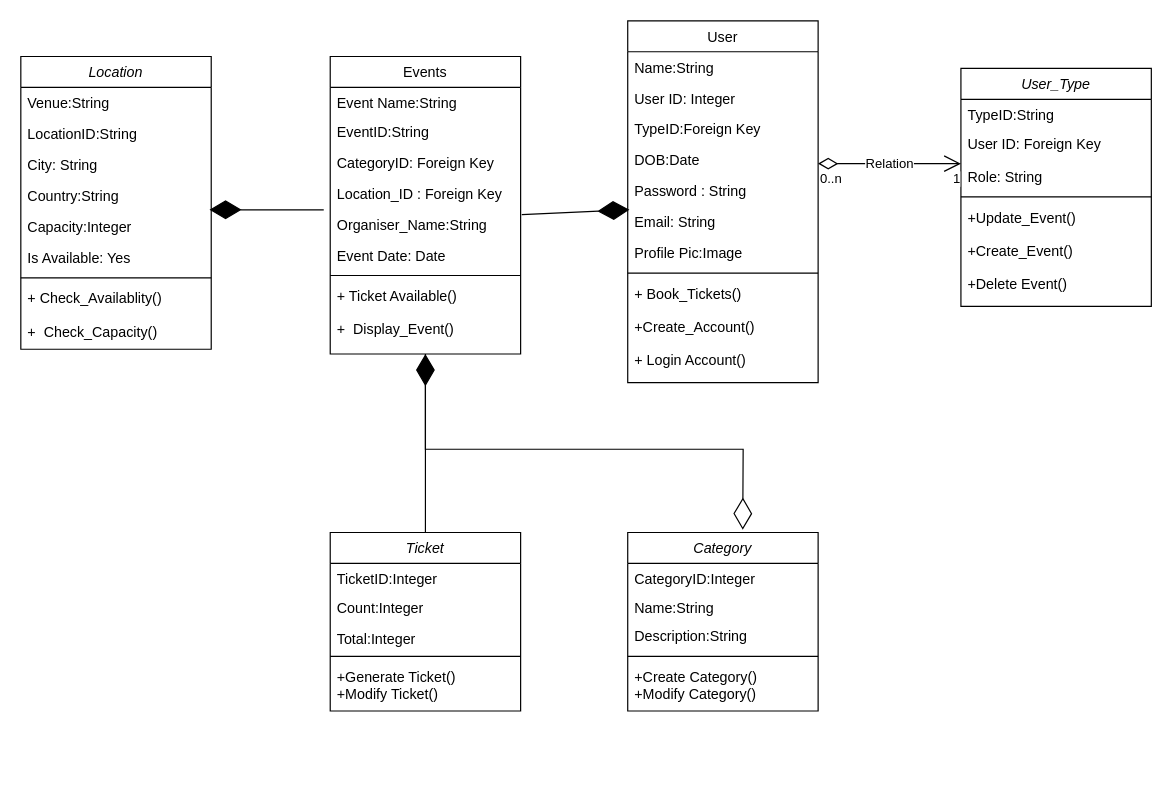
Stormtroopper/HTML-layout-learning keeps this draw.io diagram as Untitled Diagram.drawio. Above is the earlier version. Source tidied: cells renumbered, new cells numbered last; positions are measured from the earlier drawing's top-left corner, leaving out a move shared by most shapes. Both pictures are drawn from the tidied source at 119%, with x=0, y=0 at pixel (20, 20).
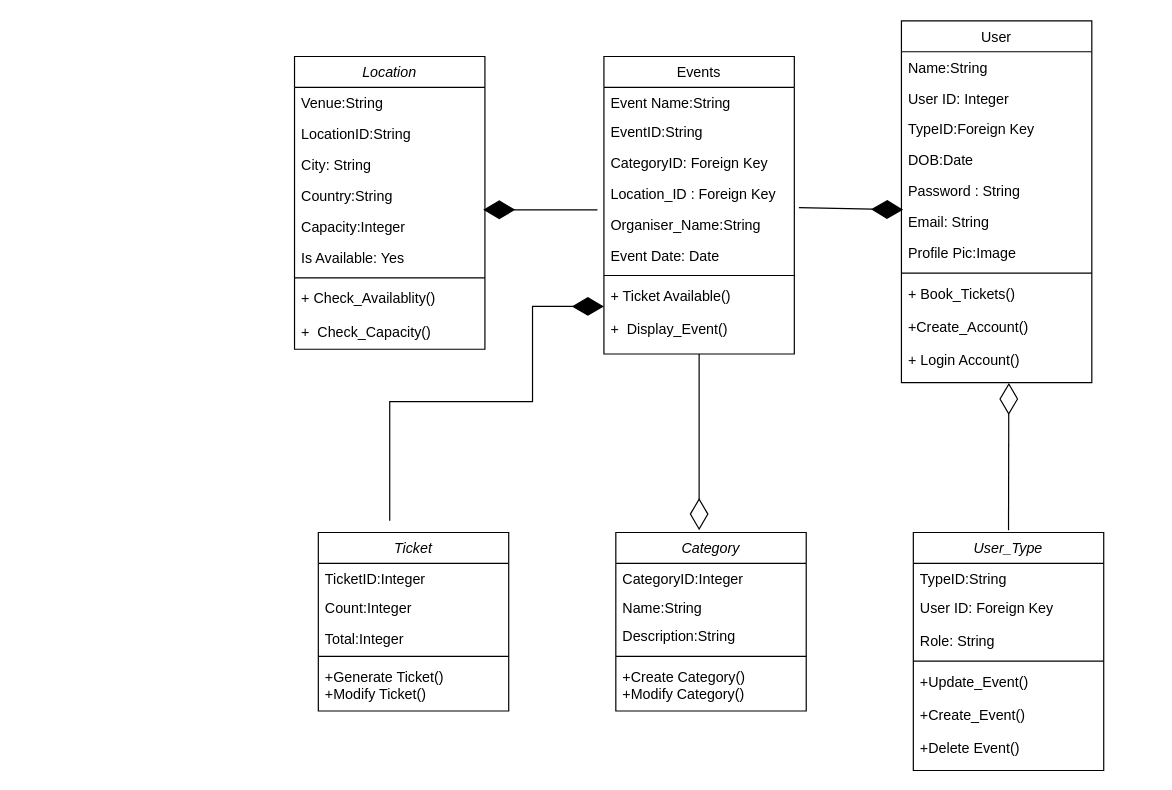
The same diagram, later.

Commit message:
EventMangement_UML

Unchanged cells that the change refers to:
```xml
<mxCell id="6" value="Location_ID : Foreign Key" style="text;align=left;verticalAlign=top;spacingLeft=4;spacingRight=4;overflow=hidden;points=[[0,0.5],[1,0.5]];portConstraint=eastwest;rounded=0;shadow=0;html=0;" parent="2" vertex="1">
  <mxGeometry y="102" width="160" height="26" as="geometry" />
</mxCell>
<mxCell id="7" value="Organiser_Name:String" style="text;align=left;verticalAlign=top;spacingLeft=4;spacingRight=4;overflow=hidden;points=[[0,0.5],[1,0.5]];portConstraint=eastwest;rounded=0;shadow=0;html=0;" parent="2" vertex="1">
  <mxGeometry y="128" width="160" height="26" as="geometry" />
</mxCell>
<mxCell id="17" value="Email: String" style="text;align=left;verticalAlign=top;spacingLeft=4;spacingRight=4;overflow=hidden;points=[[0,0.5],[1,0.5]];portConstraint=eastwest;rounded=0;shadow=0;html=0;" parent="11" vertex="1">
  <mxGeometry y="156" width="160" height="26" as="geometry" />
</mxCell>
<mxCell id="20" value="+ Book_Tickets()&#10; &#10;+Create_Account()&#10;&#10;+ Login Account()&#10;" style="text;align=left;verticalAlign=top;spacingLeft=4;spacingRight=4;overflow=hidden;points=[[0,0.5],[1,0.5]];portConstraint=eastwest;" parent="11" vertex="1">
  <mxGeometry y="216" width="160" height="88" as="geometry" />
</mxCell>
```

Change to the diagram source:
```diff
@@
     <mxCell id="2" value="Events" style="swimlane;fontStyle=0;align=center;verticalAlign=top;horizontal=1;startSize=26;rounded=0;shadow=0;strokeWidth=1;" parent="1" vertex="1">
-      <mxGeometry x="260" y="30" width="160" height="250" as="geometry" />
+      <mxGeometry x="490" y="30" width="160" height="250" as="geometry" />
     </mxCell>
@@
     <mxCell id="11" value="User" style="swimlane;fontStyle=0;align=center;verticalAlign=top;horizontal=1;startSize=26;rounded=0;shadow=0;strokeWidth=1;" parent="1" vertex="1">
-      <mxGeometry x="510" width="160" height="304" as="geometry" />
+      <mxGeometry x="740" width="160" height="304" as="geometry" />
     </mxCell>
@@
     <mxCell id="21" value="Ticket" style="swimlane;fontStyle=2;align=center;verticalAlign=top;horizontal=1;startSize=26;rounded=0;shadow=0;strokeWidth=1;" parent="1" vertex="1">
-      <mxGeometry x="260" y="430" width="160" height="150" as="geometry" />
+      <mxGeometry x="250" y="430" width="160" height="150" as="geometry" />
     </mxCell>
@@
-    <mxCell id="27" style="endArrow=diamondThin;endFill=1;endSize=24;html=1;rounded=0;exitX=1.006;exitY=0.185;exitDx=0;exitDy=0;exitPerimeter=0;entryX=0.009;entryY=0.108;entryDx=0;entryDy=0;entryPerimeter=0;" parent="1" edge="1" source="7" target="17">
+    <mxCell id="27" style="endArrow=diamondThin;endFill=1;endSize=24;html=1;rounded=0;exitX=1.024;exitY=0.962;exitDx=0;exitDy=0;exitPerimeter=0;entryX=0.009;entryY=0.108;entryDx=0;entryDy=0;entryPerimeter=0;" parent="1" edge="1" source="6" target="17">
       <mxGeometry relative="1" as="geometry" />
     </mxCell>
     <mxCell id="28" value="Category" style="swimlane;fontStyle=2;align=center;verticalAlign=top;horizontal=1;startSize=26;rounded=0;shadow=0;strokeWidth=1;" parent="1" vertex="1">
-      <mxGeometry x="510" y="430" width="160" height="150" as="geometry" />
+      <mxGeometry x="500" y="430" width="160" height="150" as="geometry" />
     </mxCell>
@@
-    <mxCell id="34" style="endArrow=diamondThin;endFill=0;endSize=24;html=1;rounded=0;exitX=0.5;exitY=1;exitDx=0;exitDy=0;entryX=0.604;entryY=-0.016;entryDx=0;entryDy=0;entryPerimeter=0;" parent="1" edge="1" source="2" target="28">
+    <mxCell id="34" style="endArrow=diamondThin;endFill=0;endSize=24;html=1;rounded=0;exitX=0.5;exitY=1;exitDx=0;exitDy=0;" parent="1" edge="1" source="2">
       <mxGeometry relative="1" as="geometry">
+        <mxPoint x="570" y="428" as="targetPoint" />
         <Array as="points">
-          <mxPoint x="340" y="360" />
-          <mxPoint x="607" y="360" />
+          <mxPoint x="570" y="360" />
         </Array>
       </mxGeometry>
     </mxCell>
-    <mxCell id="35" style="endArrow=diamondThin;endFill=1;endSize=24;html=1;rounded=0;exitX=0.5;exitY=0;exitDx=0;exitDy=0;entryX=0.5;entryY=1;entryDx=0;entryDy=0;" parent="1" edge="1" source="21" target="2">
-      <mxGeometry relative="1" as="geometry" />
+    <mxCell id="35" style="endArrow=diamondThin;endFill=1;endSize=24;html=1;rounded=0;" parent="1" edge="1">
+      <mxGeometry relative="1" as="geometry">
+        <mxPoint x="310" y="420" as="sourcePoint" />
+        <mxPoint x="490" y="240" as="targetPoint" />
+        <Array as="points">
+          <mxPoint x="310" y="320" />
+          <mxPoint x="430" y="320" />
+          <mxPoint x="430" y="240" />
+        </Array>
+      </mxGeometry>
     </mxCell>
     <mxCell id="36" value="Location" style="swimlane;fontStyle=2;align=center;verticalAlign=top;horizontal=1;startSize=26;rounded=0;shadow=0;strokeWidth=1;" parent="1" vertex="1">
-      <mxGeometry y="30" width="160" height="246" as="geometry" />
+      <mxGeometry x="230" y="30" width="160" height="246" as="geometry" />
     </mxCell>
@@
     <mxCell id="46" value="User_Type" style="swimlane;fontStyle=2;align=center;verticalAlign=top;horizontal=1;startSize=26;rounded=0;shadow=0;strokeWidth=1;" parent="1" vertex="1">
-      <mxGeometry x="790" y="40" width="160" height="200" as="geometry" />
+      <mxGeometry x="750" y="430" width="160" height="200" as="geometry" />
     </mxCell>
@@
-    <mxCell id="51" value="Relation" style="endArrow=open;html=1;endSize=12;startArrow=diamondThin;startSize=14;startFill=0;edgeStyle=orthogonalEdgeStyle;rounded=0;" parent="1" edge="1">
-      <mxGeometry relative="1" as="geometry">
-        <mxPoint x="670" y="120" as="sourcePoint" />
-        <mxPoint x="790" y="120" as="targetPoint" />
-      </mxGeometry>
-    </mxCell>
-    <mxCell id="52" value="0..n" style="edgeLabel;html=1;align=left;verticalAlign=top;" parent="51" vertex="1">
-      <mxGeometry x="-1" relative="1" as="geometry" />
-    </mxCell>
-    <mxCell id="53" value="1" style="edgeLabel;html=1;align=right;verticalAlign=top;" parent="51" vertex="1">
-      <mxGeometry x="1" relative="1" as="geometry" />
-    </mxCell>
+    <mxCell id="54" style="endArrow=diamondThin;endFill=0;endSize=24;html=1;rounded=0;entryX=0.564;entryY=1.003;entryDx=0;entryDy=0;entryPerimeter=0;" parent="1" edge="1" target="20">
+      <mxGeometry relative="1" as="geometry">
+        <mxPoint x="830" y="428" as="sourcePoint" />
+      </mxGeometry>
+    </mxCell>
```
